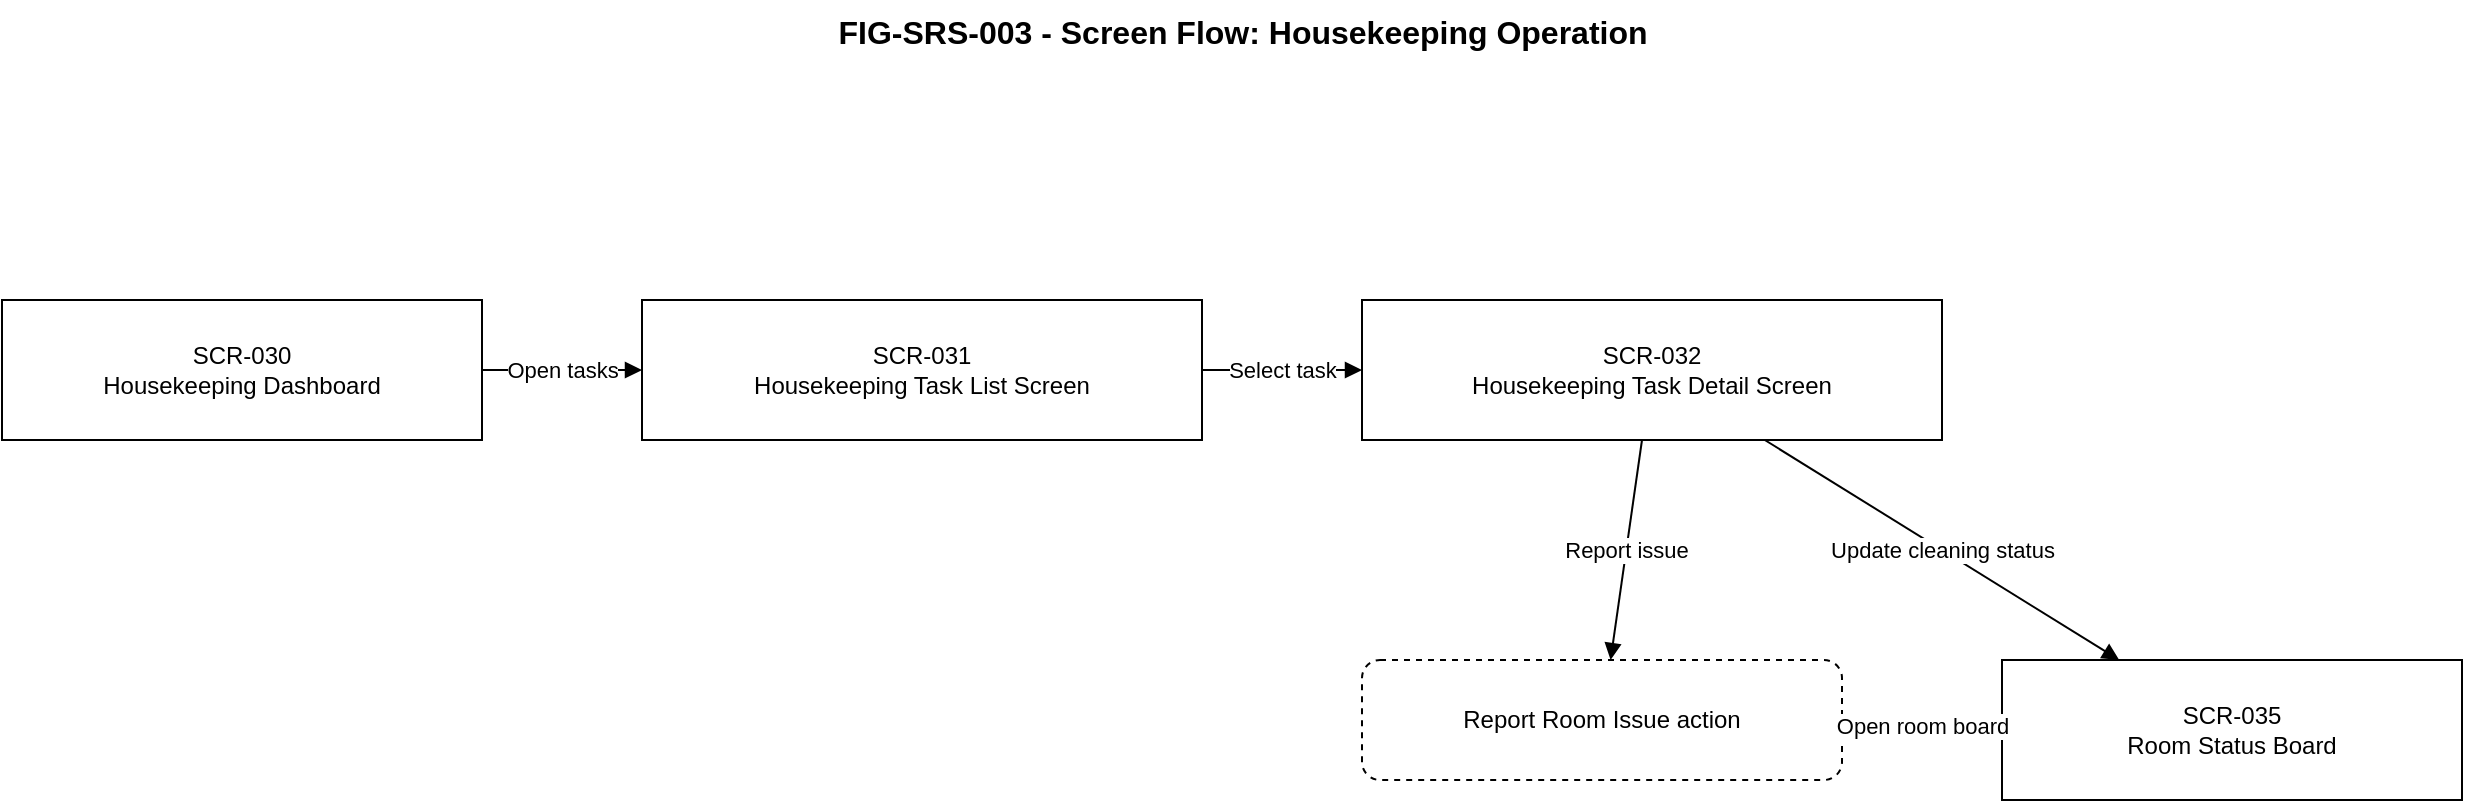
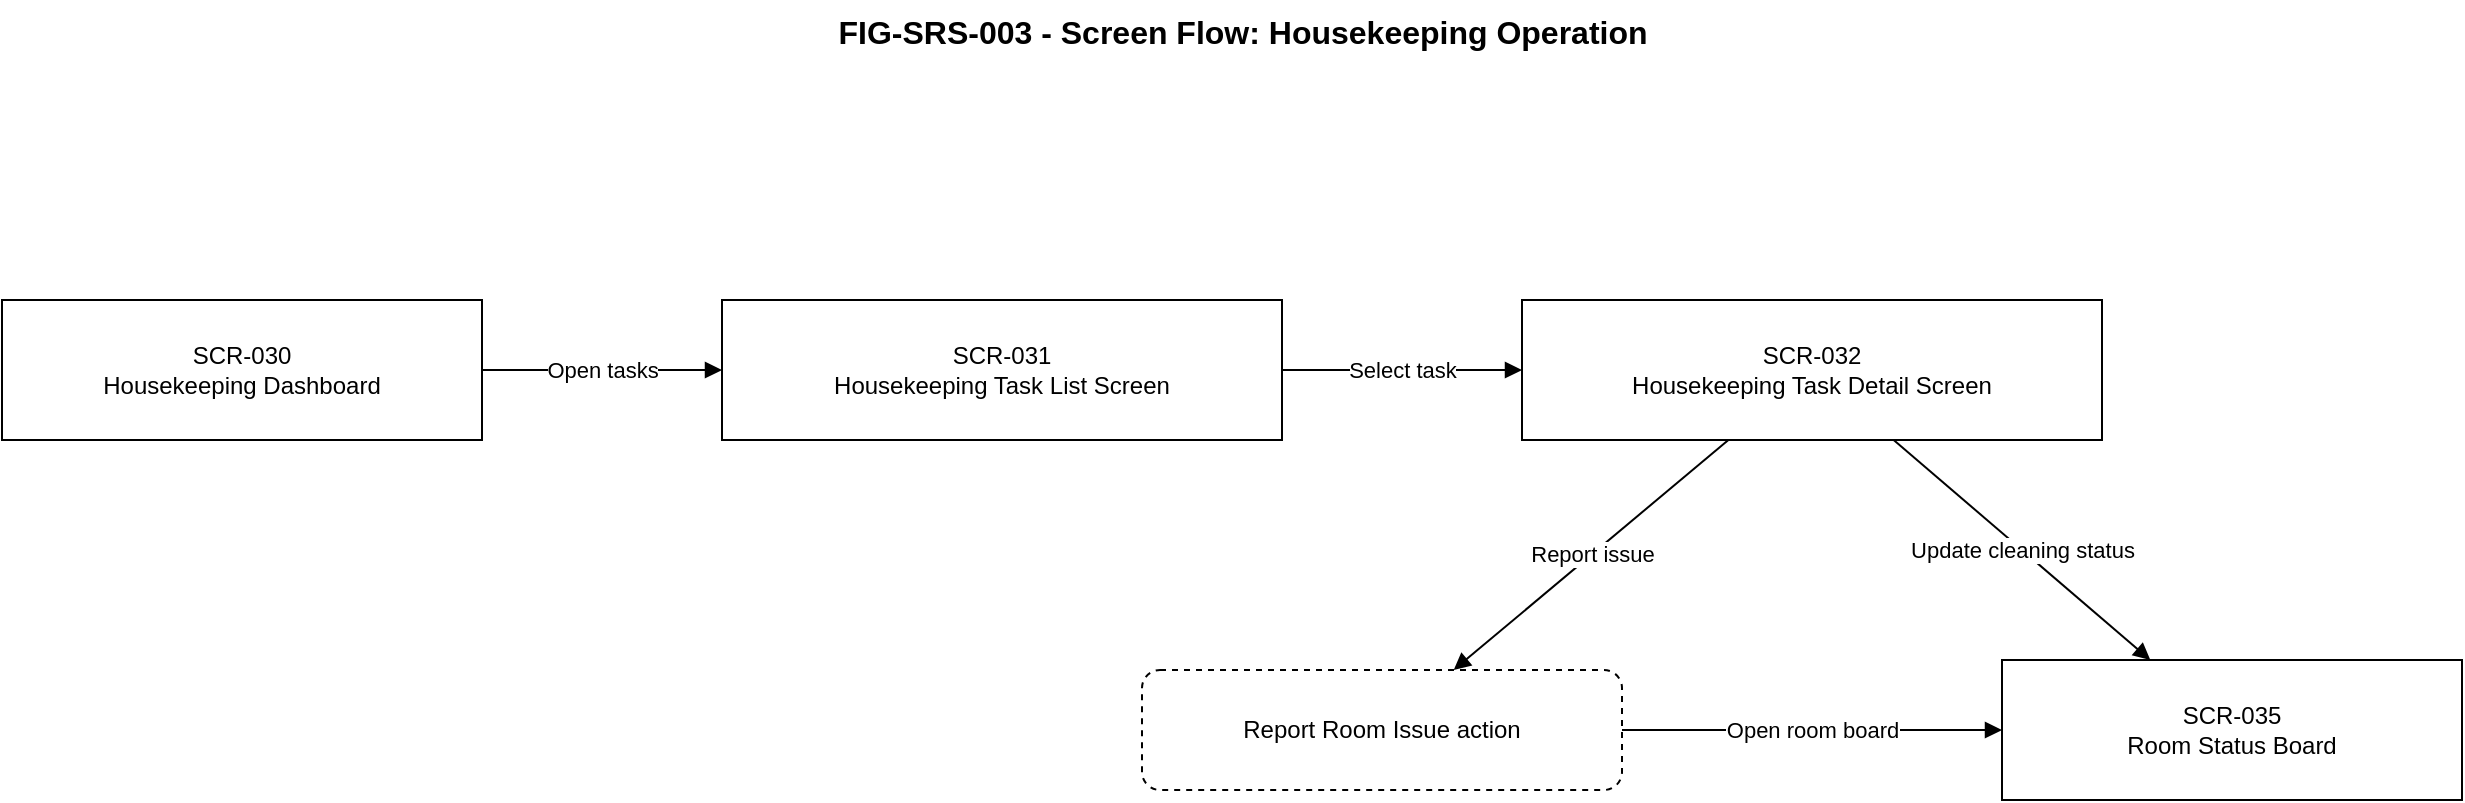
- <mxfile host="app.diagrams.net"><diagram name="FIG-SRS-003 - Housekeeping Screen Flow"><mxGraphModel dx="1200" dy="800" grid="1" gridSize="10" guides="1" tooltips="1" connect="1" arrows="1" fold="1" page="1" pageScale="1" pageWidth="1400" pageHeight="700" math="0" shadow="0"><root>
- <mxCell id="0"/><mxCell id="1" parent="0"/>
- <mxCell id="title" value="FIG-SRS-003 - Screen Flow: Housekeeping Operation" style="text;html=1;strokeColor=none;fillColor=none;fontSize=16;fontStyle=1;align=center;" vertex="1" parent="1"><mxGeometry x="300" y="30" width="800" height="40" as="geometry"/></mxCell>
- <mxCell id="scr_030" value="SCR-030&#xa;Housekeeping Dashboard" style="rounded=0;whiteSpace=wrap;html=1;fontSize=12;" vertex="1" parent="1"><mxGeometry x="80" y="180" width="240" height="70" as="geometry"/></mxCell>
- <mxCell id="scr_031" value="SCR-031&#xa;Housekeeping Task List Screen" style="rounded=0;whiteSpace=wrap;html=1;fontSize=12;" vertex="1" parent="1"><mxGeometry x="400" y="180" width="280" height="70" as="geometry"/></mxCell>
- <mxCell id="scr_032" value="SCR-032&#xa;Housekeeping Task Detail Screen" style="rounded=0;whiteSpace=wrap;html=1;fontSize=12;" vertex="1" parent="1"><mxGeometry x="760" y="180" width="290" height="70" as="geometry"/></mxCell>
- <mxCell id="act_issue" value="Report Room Issue action" style="rounded=1;whiteSpace=wrap;html=1;dashed=1;fontSize=12;" vertex="1" parent="1"><mxGeometry x="760" y="360" width="240" height="60" as="geometry"/></mxCell>
- <mxCell id="scr_035" value="SCR-035&#xa;Room Status Board" style="rounded=0;whiteSpace=wrap;html=1;fontSize=12;" vertex="1" parent="1"><mxGeometry x="1080" y="360" width="230" height="70" as="geometry"/></mxCell>
- <mxCell id="e1" value="Open tasks" style="endArrow=block;html=1;rounded=0;fontSize=11;" edge="1" parent="1" source="scr_030" target="scr_031"><mxGeometry relative="1" as="geometry"/></mxCell>
- <mxCell id="e2" value="Select task" style="endArrow=block;html=1;rounded=0;fontSize=11;" edge="1" parent="1" source="scr_031" target="scr_032"><mxGeometry relative="1" as="geometry"/></mxCell>
- <mxCell id="e3" value="Report issue" style="endArrow=block;html=1;rounded=0;fontSize=11;" edge="1" parent="1" source="scr_032" target="act_issue"><mxGeometry relative="1" as="geometry"/></mxCell>
- <mxCell id="e4" value="Open room board" style="endArrow=block;html=1;rounded=0;fontSize=11;" edge="1" parent="1" source="act_issue" target="scr_035"><mxGeometry relative="1" as="geometry"/></mxCell>
- <mxCell id="e5" value="Update cleaning status" style="endArrow=block;html=1;rounded=0;fontSize=11;" edge="1" parent="1" source="scr_032" target="scr_035"><mxGeometry relative="1" as="geometry"/></mxCell>
- </root></mxGraphModel></diagram></mxfile>
+ <mxfile host="Electron" agent="Mozilla/5.0 (Windows NT 10.0; Win64; x64) AppleWebKit/537.36 (KHTML, like Gecko) draw.io/29.6.6 Chrome/144.0.7559.236 Electron/40.8.4 Safari/537.36" version="29.6.6">
+   <diagram name="FIG-SRS-003 - Housekeeping Screen Flow" id="0">
+     <mxGraphModel dx="1603" dy="963" grid="1" gridSize="10" guides="1" tooltips="1" connect="1" arrows="1" fold="1" page="1" pageScale="1" pageWidth="1400" pageHeight="700" math="0" shadow="0">
+       <root>
+         <mxCell id="0" />
+         <mxCell id="1" parent="0" />
+         <mxCell id="title" parent="1" style="text;html=1;strokeColor=none;fillColor=none;fontSize=16;fontStyle=1;align=center;" value="FIG-SRS-003 - Screen Flow: Housekeeping Operation" vertex="1">
+           <mxGeometry height="40" width="800" x="300" y="30" as="geometry" />
+         </mxCell>
+         <mxCell id="scr_030" parent="1" style="rounded=0;whiteSpace=wrap;html=1;fontSize=12;" value="SCR-030&#xa;Housekeeping Dashboard" vertex="1">
+           <mxGeometry height="70" width="240" x="80" y="180" as="geometry" />
+         </mxCell>
+         <mxCell id="scr_031" parent="1" style="rounded=0;whiteSpace=wrap;html=1;fontSize=12;" value="SCR-031&#xa;Housekeeping Task List Screen" vertex="1">
+           <mxGeometry height="70" width="280" x="440" y="180" as="geometry" />
+         </mxCell>
+         <mxCell id="scr_032" parent="1" style="rounded=0;whiteSpace=wrap;html=1;fontSize=12;" value="SCR-032&#xa;Housekeeping Task Detail Screen" vertex="1">
+           <mxGeometry height="70" width="290" x="840" y="180" as="geometry" />
+         </mxCell>
+         <mxCell id="act_issue" parent="1" style="rounded=1;whiteSpace=wrap;html=1;dashed=1;fontSize=12;" value="Report Room Issue action" vertex="1">
+           <mxGeometry height="60" width="240" x="650" y="365" as="geometry" />
+         </mxCell>
+         <mxCell id="scr_035" parent="1" style="rounded=0;whiteSpace=wrap;html=1;fontSize=12;" value="SCR-035&#xa;Room Status Board" vertex="1">
+           <mxGeometry height="70" width="230" x="1080" y="360" as="geometry" />
+         </mxCell>
+         <mxCell id="e1" edge="1" parent="1" source="scr_030" style="endArrow=block;html=1;rounded=0;fontSize=11;" target="scr_031" value="Open tasks">
+           <mxGeometry relative="1" as="geometry" />
+         </mxCell>
+         <mxCell id="e2" edge="1" parent="1" source="scr_031" style="endArrow=block;html=1;rounded=0;fontSize=11;" target="scr_032" value="Select task">
+           <mxGeometry relative="1" as="geometry" />
+         </mxCell>
+         <mxCell id="e3" edge="1" parent="1" source="scr_032" style="endArrow=block;html=1;rounded=0;fontSize=11;" target="act_issue" value="Report issue">
+           <mxGeometry relative="1" as="geometry" />
+         </mxCell>
+         <mxCell id="e4" edge="1" parent="1" source="act_issue" style="endArrow=block;html=1;rounded=0;fontSize=11;" target="scr_035" value="Open room board">
+           <mxGeometry relative="1" as="geometry" />
+         </mxCell>
+         <mxCell id="e5" edge="1" parent="1" source="scr_032" style="endArrow=block;html=1;rounded=0;fontSize=11;" target="scr_035" value="Update cleaning status">
+           <mxGeometry relative="1" as="geometry" />
+         </mxCell>
+       </root>
+     </mxGraphModel>
+   </diagram>
+ </mxfile>
